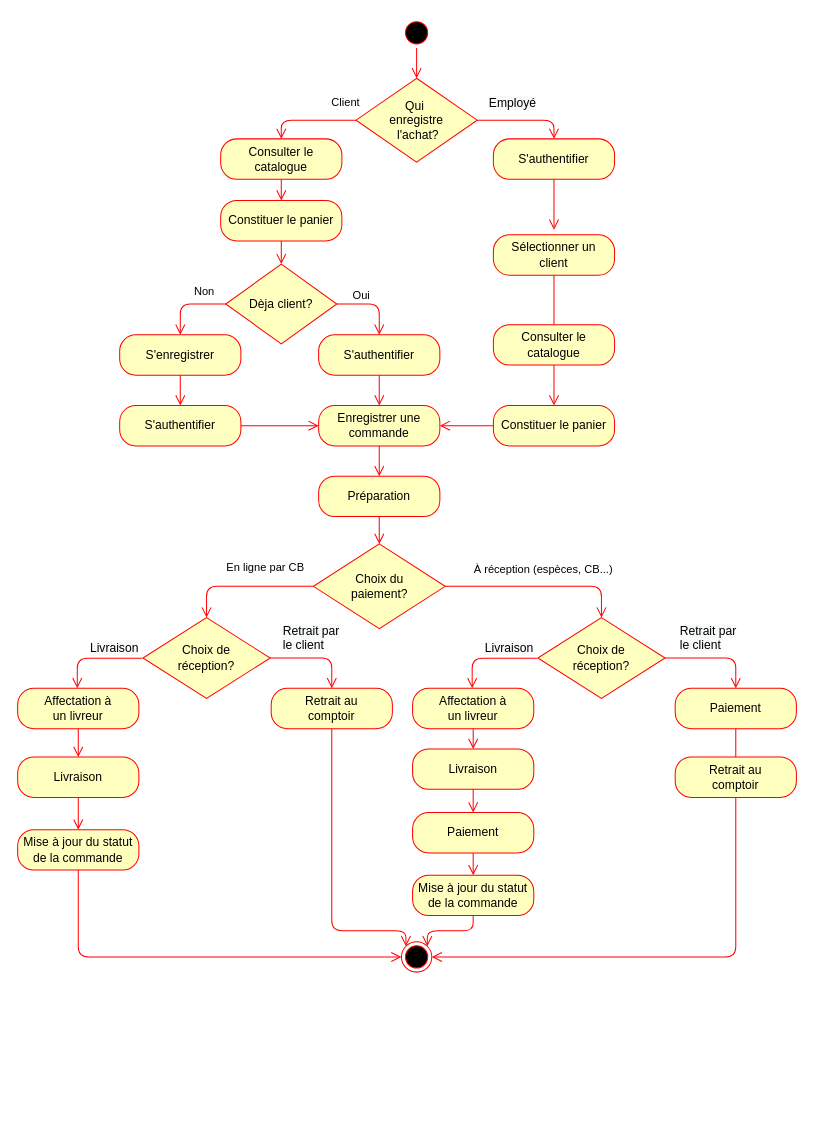
Maayaavi/OC_Project_4 keeps this draw.io diagram as life cycle Diagram.drawio. Above is the earlier version. Source tidied: cells renumbered, new cells numbered last; positions are measured from the earlier drawing's top-left corner, leaving out a move shared by most shapes. Both pictures are drawn from the tidied source at 101%, with x=0, y=0 at pixel (17, 17).
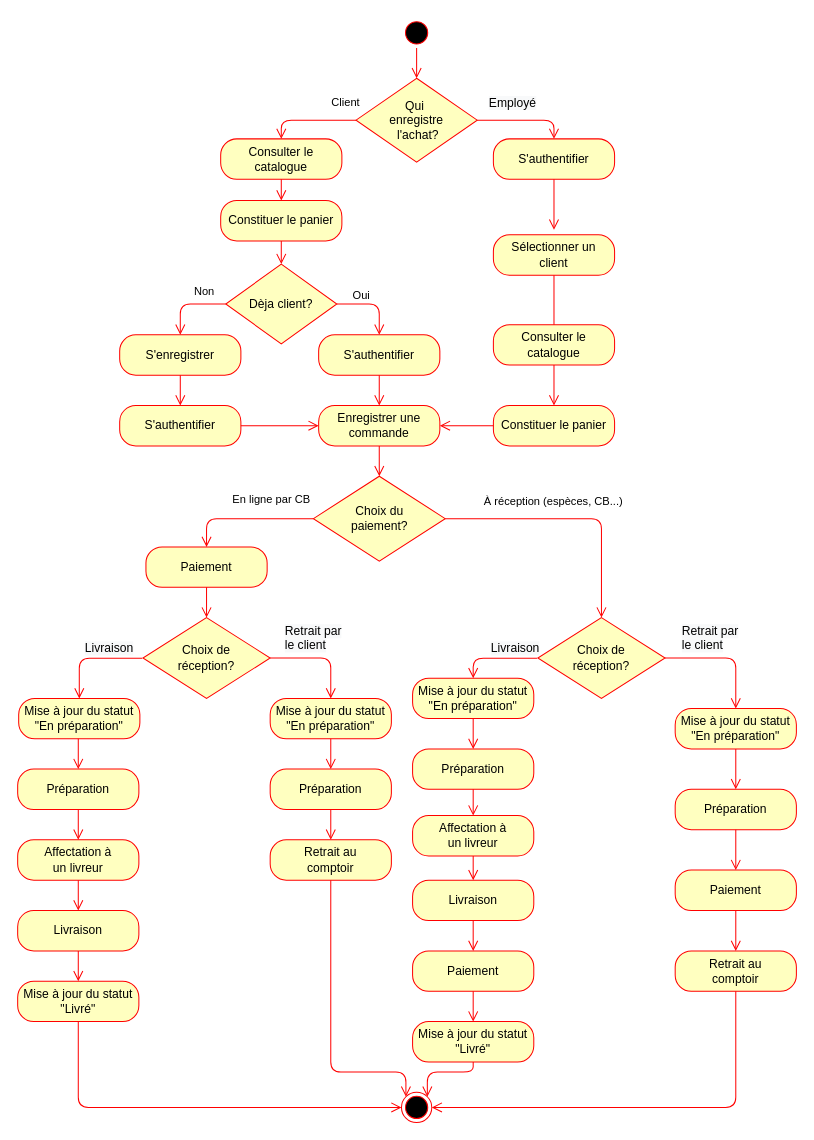
The same diagram, later.

The change refers to these unchanged cells:
```xml
<mxCell id="18" value="Enregistrer une commande" style="rounded=1;whiteSpace=wrap;html=1;arcSize=40;fontColor=#000000;fillColor=#ffffc0;strokeColor=#ff0000;" parent="1" vertex="1">
  <mxGeometry x="298" y="384" width="120" height="40" as="geometry" />
</mxCell>
<mxCell id="22" value="Choix de&lt;br&gt;réception?" style="rhombus;whiteSpace=wrap;html=1;fillColor=#ffffc0;strokeColor=#ff0000;" parent="1" vertex="1">
  <mxGeometry x="124" y="594" width="126" height="80" as="geometry" />
</mxCell>
<mxCell id="42" value="Choix de&lt;br&gt;réception?" style="rhombus;whiteSpace=wrap;html=1;fillColor=#ffffc0;strokeColor=#ff0000;" parent="1" vertex="1">
  <mxGeometry x="515" y="594" width="126" height="80" as="geometry" />
</mxCell>
```

The edit, as a diff of the source:
```diff
@@
-    <mxCell id="19" style="edgeStyle=orthogonalEdgeStyle;html=1;verticalAlign=bottom;endArrow=open;endSize=8;strokeColor=#ff0000;entryX=0.5;entryY=0;entryDx=0;entryDy=0;" parent="1" edge="1" source="56" target="39">
-      <mxGeometry relative="1" as="geometry" />
-    </mxCell>
@@
-    <mxCell id="23" value="&lt;span style=&quot;font-size: 12px ; text-align: center ; white-space: normal ; background-color: rgb(248 , 249 , 250)&quot;&gt;Livraison&lt;/span&gt;" style="edgeStyle=orthogonalEdgeStyle;html=1;align=left;verticalAlign=bottom;endArrow=open;endSize=8;strokeColor=#ff0000;entryX=0.5;entryY=0;entryDx=0;entryDy=0;exitX=-0.006;exitY=0.502;exitDx=0;exitDy=0;exitPerimeter=0;" parent="1" edge="1" source="22">
+    <mxCell id="23" value="&lt;span style=&quot;font-size: 12px ; text-align: center ; white-space: normal ; background-color: rgb(248 , 249 , 250)&quot;&gt;Livraison&lt;/span&gt;" style="edgeStyle=orthogonalEdgeStyle;html=1;align=left;verticalAlign=bottom;endArrow=open;endSize=8;strokeColor=#ff0000;exitX=-0.006;exitY=0.502;exitDx=0;exitDy=0;exitPerimeter=0;entryX=0.5;entryY=0;entryDx=0;entryDy=0;" parent="1" edge="1" source="22" target="70">
       <mxGeometry x="0.13" relative="1" as="geometry">
-        <mxPoint x="59" y="664" as="targetPoint" />
         <Array as="points">
-          <mxPoint x="59" y="634" />
+          <mxPoint x="61" y="634" />
         </Array>
       </mxGeometry>
     </mxCell>
-    <mxCell id="24" value="&lt;span style=&quot;font-size: 12px ; text-align: center ; white-space: normal ; background-color: rgb(248 , 249 , 250)&quot;&gt;Retrait&amp;nbsp;&lt;/span&gt;&lt;span style=&quot;font-size: 12px ; text-align: center ; white-space: normal ; background-color: rgb(248 , 249 , 250)&quot;&gt;par le client&lt;/span&gt;" style="edgeStyle=orthogonalEdgeStyle;html=1;align=left;verticalAlign=top;endArrow=open;endSize=8;strokeColor=#ff0000;entryX=0.5;entryY=0;entryDx=0;entryDy=0;" parent="1" edge="1" source="22" target="27">
-      <mxGeometry x="-0.75" y="40" relative="1" as="geometry" />
+    <mxCell id="24" value="&lt;span style=&quot;font-size: 12px ; text-align: center ; white-space: normal ; background-color: rgb(248 , 249 , 250)&quot;&gt;Retrait&amp;nbsp;&lt;/span&gt;&lt;span style=&quot;font-size: 12px ; text-align: center ; white-space: normal ; background-color: rgb(248 , 249 , 250)&quot;&gt;par le client&lt;/span&gt;" style="edgeStyle=orthogonalEdgeStyle;html=1;align=left;verticalAlign=top;endArrow=open;endSize=8;strokeColor=#ff0000;entryX=0.5;entryY=0;entryDx=0;entryDy=0;" parent="1" edge="1" source="22" target="66">
+      <mxGeometry x="-0.75" y="40" relative="1" as="geometry">
+        <Array as="points">
+          <mxPoint x="310" y="634" />
+        </Array>
+      </mxGeometry>
     </mxCell>
     <mxCell id="25" value="Affectation à&lt;br&gt;un livreur" style="rounded=1;whiteSpace=wrap;html=1;arcSize=40;fontColor=#000000;fillColor=#ffffc0;strokeColor=#ff0000;" parent="1" vertex="1">
-      <mxGeometry y="664" width="120" height="40" as="geometry" />
+      <mxGeometry y="814" width="120" height="40" as="geometry" />
     </mxCell>
@@
     <mxCell id="27" value="Retrait au&lt;br&gt;comptoir" style="rounded=1;whiteSpace=wrap;html=1;arcSize=40;fontColor=#000000;fillColor=#ffffc0;strokeColor=#ff0000;" parent="1" vertex="1">
-      <mxGeometry x="251" y="664" width="120" height="40" as="geometry" />
+      <mxGeometry x="250" y="814" width="120" height="40" as="geometry" />
     </mxCell>
     <mxCell id="28" style="edgeStyle=orthogonalEdgeStyle;html=1;verticalAlign=bottom;endArrow=open;endSize=8;strokeColor=#ff0000;exitX=0.5;exitY=1;exitDx=0;exitDy=0;entryX=0;entryY=0;entryDx=0;entryDy=0;" parent="1" edge="1" source="27" target="51">
       <mxGeometry relative="1" as="geometry">
         <Array as="points">
-          <mxPoint x="311" y="904" />
-          <mxPoint x="384" y="904" />
+          <mxPoint x="310" y="1044" />
+          <mxPoint x="384" y="1044" />
         </Array>
       </mxGeometry>
     </mxCell>
     <mxCell id="29" value="Livraison" style="rounded=1;whiteSpace=wrap;html=1;arcSize=40;fontColor=#000000;fillColor=#ffffc0;strokeColor=#ff0000;" parent="1" vertex="1">
-      <mxGeometry y="732" width="120" height="40" as="geometry" />
+      <mxGeometry y="884" width="120" height="40" as="geometry" />
     </mxCell>
@@
     <mxCell id="39" value="Choix du &lt;br&gt;paiement?" style="rhombus;whiteSpace=wrap;html=1;fillColor=#ffffc0;strokeColor=#ff0000;" parent="1" vertex="1">
-      <mxGeometry x="292.8" y="521" width="130.5" height="84" as="geometry" />
+      <mxGeometry x="292.8" y="454" width="130.5" height="84" as="geometry" />
     </mxCell>
     <mxCell id="40" value="À réception (espèces, CB...)" style="edgeStyle=orthogonalEdgeStyle;html=1;align=left;verticalAlign=bottom;endArrow=open;endSize=8;strokeColor=#ff0000;exitX=1;exitY=0.5;exitDx=0;exitDy=0;" parent="1" edge="1" source="39" target="42">
       <mxGeometry x="-0.71" y="8" relative="1" as="geometry">
         <Array as="points">
-          <mxPoint x="578" y="563" />
+          <mxPoint x="578" y="496" />
         </Array>
       </mxGeometry>
     </mxCell>
-    <mxCell id="41" value="En ligne par CB" style="edgeStyle=orthogonalEdgeStyle;html=1;align=left;verticalAlign=top;endArrow=open;endSize=8;strokeColor=#ff0000;entryX=0.5;entryY=0;entryDx=0;entryDy=0;" parent="1" edge="1" source="39" target="22">
-      <mxGeometry x="0.28" y="-32" relative="1" as="geometry" />
+    <mxCell id="41" value="En ligne par CB" style="edgeStyle=orthogonalEdgeStyle;html=1;align=left;verticalAlign=top;endArrow=open;endSize=8;strokeColor=#ff0000;entryX=0.5;entryY=0;entryDx=0;entryDy=0;" parent="1" edge="1" source="39" target="64">
+      <mxGeometry x="0.22" y="-32" relative="1" as="geometry" />
     </mxCell>
@@
-    <mxCell id="43" value="&lt;span style=&quot;font-size: 12px ; text-align: center ; white-space: normal ; background-color: rgb(248 , 249 , 250)&quot;&gt;Livraison&lt;/span&gt;" style="edgeStyle=orthogonalEdgeStyle;html=1;align=left;verticalAlign=bottom;endArrow=open;endSize=8;strokeColor=#ff0000;entryX=0.5;entryY=0;entryDx=0;entryDy=0;exitX=-0.006;exitY=0.502;exitDx=0;exitDy=0;exitPerimeter=0;" parent="1" edge="1" source="42">
+    <mxCell id="43" value="&lt;span style=&quot;font-size: 12px ; text-align: center ; white-space: normal ; background-color: rgb(248 , 249 , 250)&quot;&gt;Livraison&lt;/span&gt;" style="edgeStyle=orthogonalEdgeStyle;html=1;align=left;verticalAlign=bottom;endArrow=open;endSize=8;strokeColor=#ff0000;exitX=-0.006;exitY=0.502;exitDx=0;exitDy=0;exitPerimeter=0;entryX=0.5;entryY=0;entryDx=0;entryDy=0;" parent="1" edge="1" source="42" target="74">
       <mxGeometry x="0.13" relative="1" as="geometry">
-        <mxPoint x="450" y="664" as="targetPoint" />
         <Array as="points">
-          <mxPoint x="450" y="634" />
+          <mxPoint x="451" y="634" />
         </Array>
       </mxGeometry>
     </mxCell>
-    <mxCell id="44" value="&lt;span style=&quot;font-size: 12px ; text-align: center ; white-space: normal ; background-color: rgb(248 , 249 , 250)&quot;&gt;Retrait&amp;nbsp;&lt;/span&gt;&lt;span style=&quot;font-size: 12px ; text-align: center ; white-space: normal ; background-color: rgb(248 , 249 , 250)&quot;&gt;par le client&lt;/span&gt;" style="edgeStyle=orthogonalEdgeStyle;html=1;align=left;verticalAlign=top;endArrow=open;endSize=8;strokeColor=#ff0000;entryX=0.5;entryY=0;entryDx=0;entryDy=0;" parent="1" edge="1" source="42" target="47">
+    <mxCell id="44" value="&lt;span style=&quot;font-size: 12px ; text-align: center ; white-space: normal ; background-color: rgb(248 , 249 , 250)&quot;&gt;Retrait&amp;nbsp;&lt;/span&gt;&lt;span style=&quot;font-size: 12px ; text-align: center ; white-space: normal ; background-color: rgb(248 , 249 , 250)&quot;&gt;par le client&lt;/span&gt;" style="edgeStyle=orthogonalEdgeStyle;html=1;align=left;verticalAlign=top;endArrow=open;endSize=8;strokeColor=#ff0000;entryX=0.5;entryY=0;entryDx=0;entryDy=0;" parent="1" edge="1" source="42" target="78">
       <mxGeometry x="-0.75" y="40" relative="1" as="geometry" />
     </mxCell>
     <mxCell id="45" value="Affectation à&lt;br&gt;un livreur" style="rounded=1;whiteSpace=wrap;html=1;arcSize=40;fontColor=#000000;fillColor=#ffffc0;strokeColor=#ff0000;" parent="1" vertex="1">
-      <mxGeometry x="391" y="664" width="120" height="40" as="geometry" />
+      <mxGeometry x="391" y="790" width="120" height="40" as="geometry" />
     </mxCell>
@@
     <mxCell id="47" value="Paiement" style="rounded=1;whiteSpace=wrap;html=1;arcSize=40;fontColor=#000000;fillColor=#ffffc0;strokeColor=#ff0000;" parent="1" vertex="1">
-      <mxGeometry x="651" y="664" width="120" height="40" as="geometry" />
+      <mxGeometry x="651" y="844" width="120" height="40" as="geometry" />
     </mxCell>
     <mxCell id="48" style="edgeStyle=orthogonalEdgeStyle;html=1;verticalAlign=bottom;endArrow=open;endSize=8;strokeColor=#ff0000;exitX=0.5;exitY=1;exitDx=0;exitDy=0;entryX=0.5;entryY=0;entryDx=0;entryDy=0;" parent="1" edge="1" source="47" target="54">
       <mxGeometry relative="1" as="geometry">
         <Array as="points">
-          <mxPoint x="711" y="774" />
-          <mxPoint x="711" y="774" />
+          <mxPoint x="711" y="904" />
+          <mxPoint x="711" y="904" />
         </Array>
       </mxGeometry>
     </mxCell>
     <mxCell id="49" value="Livraison" style="rounded=1;whiteSpace=wrap;html=1;arcSize=40;fontColor=#000000;fillColor=#ffffc0;strokeColor=#ff0000;" parent="1" vertex="1">
-      <mxGeometry x="391" y="724" width="120" height="40" as="geometry" />
+      <mxGeometry x="391" y="854" width="120" height="40" as="geometry" />
     </mxCell>
@@
     <mxCell id="51" style="ellipse;html=1;shape=endState;fillColor=#000000;strokeColor=#ff0000;" parent="1" vertex="1">
-      <mxGeometry x="380" y="915" width="30" height="30" as="geometry" />
+      <mxGeometry x="380" y="1064" width="30" height="30" as="geometry" />
     </mxCell>
     <mxCell id="52" value="Paiement" style="rounded=1;whiteSpace=wrap;html=1;arcSize=40;fontColor=#000000;fillColor=#ffffc0;strokeColor=#ff0000;" parent="1" vertex="1">
-      <mxGeometry x="391" y="787" width="120" height="40" as="geometry" />
+      <mxGeometry x="391" y="924" width="120" height="40" as="geometry" />
     </mxCell>
@@
     <mxCell id="54" value="Retrait au&lt;br&gt;comptoir" style="rounded=1;whiteSpace=wrap;html=1;arcSize=40;fontColor=#000000;fillColor=#ffffc0;strokeColor=#ff0000;" parent="1" vertex="1">
-      <mxGeometry x="651" y="732" width="120" height="40" as="geometry" />
+      <mxGeometry x="651" y="924" width="120" height="40" as="geometry" />
     </mxCell>
     <mxCell id="55" style="edgeStyle=orthogonalEdgeStyle;html=1;verticalAlign=bottom;endArrow=open;endSize=8;strokeColor=#ff0000;entryX=1;entryY=0.5;entryDx=0;entryDy=0;" parent="1" edge="1" source="54" target="51">
       <mxGeometry relative="1" as="geometry">
         <Array as="points">
-          <mxPoint x="711" y="930" />
+          <mxPoint x="711" y="1079" />
         </Array>
       </mxGeometry>
     </mxCell>
-    <mxCell id="56" value="Préparation" style="rounded=1;whiteSpace=wrap;html=1;arcSize=40;fontColor=#000000;fillColor=#ffffc0;strokeColor=#ff0000;" parent="1" vertex="1">
-      <mxGeometry x="298" y="454" width="120" height="40" as="geometry" />
-    </mxCell>
-    <mxCell id="57" style="edgeStyle=orthogonalEdgeStyle;html=1;verticalAlign=bottom;endArrow=open;endSize=8;strokeColor=#ff0000;entryX=0.5;entryY=0;entryDx=0;entryDy=0;" parent="1" edge="1" source="18" target="56">
+    <mxCell id="57" style="edgeStyle=orthogonalEdgeStyle;html=1;verticalAlign=bottom;endArrow=open;endSize=8;strokeColor=#ff0000;entryX=0.5;entryY=0;entryDx=0;entryDy=0;" parent="1" edge="1" source="18" target="39">
       <mxGeometry relative="1" as="geometry" />
     </mxCell>
-    <mxCell id="58" value="Mise à jour du statut de la commande" style="rounded=1;whiteSpace=wrap;html=1;arcSize=40;fontColor=#000000;fillColor=#ffffc0;strokeColor=#ff0000;" parent="1" vertex="1">
-      <mxGeometry y="804" width="120" height="40" as="geometry" />
+    <mxCell id="58" value="Mise à jour du statut&lt;br&gt;&quot;Livré&quot;" style="rounded=1;whiteSpace=wrap;html=1;arcSize=40;fontColor=#000000;fillColor=#ffffc0;strokeColor=#ff0000;" parent="1" vertex="1">
+      <mxGeometry y="954" width="120" height="40" as="geometry" />
     </mxCell>
     <mxCell id="59" style="edgeStyle=orthogonalEdgeStyle;html=1;verticalAlign=bottom;endArrow=open;endSize=8;strokeColor=#ff0000;entryX=0;entryY=0.5;entryDx=0;entryDy=0;" parent="1" edge="1" source="58" target="51">
       <mxGeometry relative="1" as="geometry">
         <Array as="points">
-          <mxPoint x="60" y="930" />
+          <mxPoint x="60" y="1079" />
         </Array>
       </mxGeometry>
     </mxCell>
-    <mxCell id="60" value="Mise à jour du statut de la commande" style="rounded=1;whiteSpace=wrap;html=1;arcSize=40;fontColor=#000000;fillColor=#ffffc0;strokeColor=#ff0000;" parent="1" vertex="1">
-      <mxGeometry x="391" y="849" width="120" height="40" as="geometry" />
+    <mxCell id="60" value="Mise à jour du statut&lt;br&gt;&quot;Livré&quot;" style="rounded=1;whiteSpace=wrap;html=1;arcSize=40;fontColor=#000000;fillColor=#ffffc0;strokeColor=#ff0000;" parent="1" vertex="1">
+      <mxGeometry x="391" y="994" width="120" height="40" as="geometry" />
     </mxCell>
     <mxCell id="61" style="edgeStyle=orthogonalEdgeStyle;html=1;verticalAlign=bottom;endArrow=open;endSize=8;strokeColor=#ff0000;entryX=1;entryY=0;entryDx=0;entryDy=0;" parent="1" edge="1" source="60" target="51">
       <mxGeometry relative="1" as="geometry">
         <Array as="points">
-          <mxPoint x="451" y="904" />
-          <mxPoint x="406" y="904" />
+          <mxPoint x="451" y="1044" />
+          <mxPoint x="406" y="1044" />
         </Array>
       </mxGeometry>
     </mxCell>
+    <mxCell id="62" value="Préparation" style="rounded=1;whiteSpace=wrap;html=1;arcSize=40;fontColor=#000000;fillColor=#ffffc0;strokeColor=#ff0000;" parent="1" vertex="1">
+      <mxGeometry y="744" width="120" height="40" as="geometry" />
+    </mxCell>
+    <mxCell id="63" style="edgeStyle=orthogonalEdgeStyle;html=1;verticalAlign=bottom;endArrow=open;endSize=8;strokeColor=#ff0000;" parent="1" edge="1" source="62" target="25">
+      <mxGeometry relative="1" as="geometry" />
+    </mxCell>
+    <mxCell id="64" value="Paiement" style="rounded=1;whiteSpace=wrap;html=1;arcSize=40;fontColor=#000000;fillColor=#ffffc0;strokeColor=#ff0000;" parent="1" vertex="1">
+      <mxGeometry x="127" y="524" width="120" height="40" as="geometry" />
+    </mxCell>
+    <mxCell id="65" style="edgeStyle=orthogonalEdgeStyle;html=1;verticalAlign=bottom;endArrow=open;endSize=8;strokeColor=#ff0000;entryX=0.5;entryY=0;entryDx=0;entryDy=0;" parent="1" edge="1" source="64" target="22">
+      <mxGeometry relative="1" as="geometry" />
+    </mxCell>
+    <mxCell id="66" value="Mise à jour du statut&lt;br&gt;&quot;En préparation&quot;" style="rounded=1;whiteSpace=wrap;html=1;arcSize=40;fontColor=#000000;fillColor=#ffffc0;strokeColor=#ff0000;" parent="1" vertex="1">
+      <mxGeometry x="250" y="674" width="120" height="40" as="geometry" />
+    </mxCell>
+    <mxCell id="67" style="edgeStyle=orthogonalEdgeStyle;html=1;verticalAlign=bottom;endArrow=open;endSize=8;strokeColor=#ff0000;entryX=0.5;entryY=0;entryDx=0;entryDy=0;" parent="1" edge="1" source="66" target="72">
+      <mxGeometry relative="1" as="geometry" />
+    </mxCell>
+    <mxCell id="68" value="Préparation" style="rounded=1;whiteSpace=wrap;html=1;arcSize=40;fontColor=#000000;fillColor=#ffffc0;strokeColor=#ff0000;" parent="1" vertex="1">
+      <mxGeometry x="391" y="724" width="120" height="40" as="geometry" />
+    </mxCell>
+    <mxCell id="69" style="edgeStyle=orthogonalEdgeStyle;html=1;verticalAlign=bottom;endArrow=open;endSize=8;strokeColor=#ff0000;entryX=0.5;entryY=0;entryDx=0;entryDy=0;" parent="1" edge="1" source="68" target="45">
+      <mxGeometry relative="1" as="geometry" />
+    </mxCell>
+    <mxCell id="70" value="Mise à jour du statut&lt;br&gt;&quot;En préparation&quot;" style="rounded=1;whiteSpace=wrap;html=1;arcSize=40;fontColor=#000000;fillColor=#ffffc0;strokeColor=#ff0000;" parent="1" vertex="1">
+      <mxGeometry x="1" y="674" width="120" height="40" as="geometry" />
+    </mxCell>
+    <mxCell id="71" style="edgeStyle=orthogonalEdgeStyle;html=1;verticalAlign=bottom;endArrow=open;endSize=8;strokeColor=#ff0000;" parent="1" edge="1" source="70" target="62">
+      <mxGeometry relative="1" as="geometry">
+        <Array as="points">
+          <mxPoint x="60" y="724" />
+          <mxPoint x="60" y="724" />
+        </Array>
+      </mxGeometry>
+    </mxCell>
+    <mxCell id="72" value="Préparation" style="rounded=1;whiteSpace=wrap;html=1;arcSize=40;fontColor=#000000;fillColor=#ffffc0;strokeColor=#ff0000;" parent="1" vertex="1">
+      <mxGeometry x="250" y="744" width="120" height="40" as="geometry" />
+    </mxCell>
+    <mxCell id="73" style="edgeStyle=orthogonalEdgeStyle;html=1;verticalAlign=bottom;endArrow=open;endSize=8;strokeColor=#ff0000;entryX=0.5;entryY=0;entryDx=0;entryDy=0;exitX=0.5;exitY=1;exitDx=0;exitDy=0;" parent="1" edge="1" source="72" target="27">
+      <mxGeometry relative="1" as="geometry">
+        <Array as="points">
+          <mxPoint x="310" y="794" />
+          <mxPoint x="310" y="794" />
+        </Array>
+      </mxGeometry>
+    </mxCell>
+    <mxCell id="74" value="Mise à jour du statut&lt;br&gt;&quot;En préparation&quot;" style="rounded=1;whiteSpace=wrap;html=1;arcSize=40;fontColor=#000000;fillColor=#ffffc0;strokeColor=#ff0000;" parent="1" vertex="1">
+      <mxGeometry x="391" y="654" width="120" height="40" as="geometry" />
+    </mxCell>
+    <mxCell id="75" style="edgeStyle=orthogonalEdgeStyle;html=1;verticalAlign=bottom;endArrow=open;endSize=8;strokeColor=#ff0000;entryX=0.5;entryY=0;entryDx=0;entryDy=0;" parent="1" edge="1" source="74">
+      <mxGeometry relative="1" as="geometry">
+        <mxPoint x="451" y="724" as="targetPoint" />
+      </mxGeometry>
+    </mxCell>
+    <mxCell id="76" value="Préparation" style="rounded=1;whiteSpace=wrap;html=1;arcSize=40;fontColor=#000000;fillColor=#ffffc0;strokeColor=#ff0000;" parent="1" vertex="1">
+      <mxGeometry x="651" y="764" width="120" height="40" as="geometry" />
+    </mxCell>
+    <mxCell id="77" style="edgeStyle=orthogonalEdgeStyle;html=1;verticalAlign=bottom;endArrow=open;endSize=8;strokeColor=#ff0000;entryX=0.5;entryY=0;entryDx=0;entryDy=0;" parent="1" edge="1" source="76" target="47">
+      <mxGeometry relative="1" as="geometry" />
+    </mxCell>
+    <mxCell id="78" value="Mise à jour du statut&lt;br&gt;&quot;En préparation&quot;" style="rounded=1;whiteSpace=wrap;html=1;arcSize=40;fontColor=#000000;fillColor=#ffffc0;strokeColor=#ff0000;" parent="1" vertex="1">
+      <mxGeometry x="651" y="684" width="120" height="40" as="geometry" />
+    </mxCell>
+    <mxCell id="79" style="edgeStyle=orthogonalEdgeStyle;html=1;verticalAlign=bottom;endArrow=open;endSize=8;strokeColor=#ff0000;entryX=0.5;entryY=0;entryDx=0;entryDy=0;" parent="1" edge="1" source="78" target="76">
+      <mxGeometry relative="1" as="geometry" />
+    </mxCell>
```
